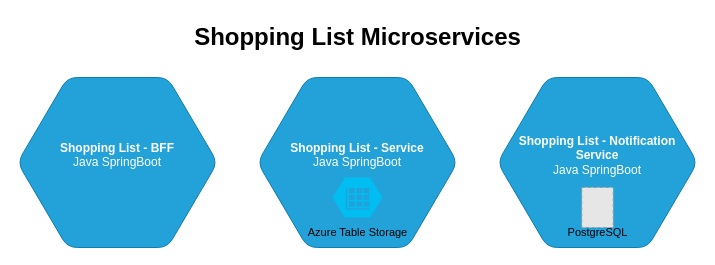
d-figuccia/draw-io keeps this draw.io diagram as graphs/shopping-list-service-details.drawio. Above is the earlier version. Source tidied: cells renumbered, new cells numbered last; positions are measured from the earlier drawing's top-left corner, leaving out a move shared by most shapes. Both pictures are drawn from the tidied source at 100%, with x=0, y=0 at pixel (17, 17). Pictures stored in the file or linked from it are replaced by grey dashed boxes.
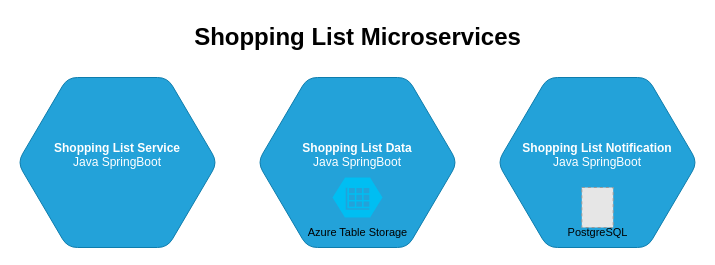
The same diagram, later.

The edit, as a diff of the source:
```diff
@@
 <mxGraphModel>
   <root>
     <mxCell id="0" />
     <mxCell id="1" parent="0" />
-    <object id="2" label="&lt;font style=&quot;font-size: 12px&quot;&gt;&lt;b&gt;%c4Name%&lt;/b&gt;&lt;/font&gt;&lt;div&gt;%c4Technology%&lt;/div&gt;&lt;br&gt;&lt;div&gt;&lt;font style=&quot;font-size: 8px&quot;&gt;&lt;font color=&quot;#E6E6E6&quot;&gt;%c4Description%&lt;/font&gt;&lt;/div&gt;" c4Description="" c4Name="Shopping List - BFF" c4Technology="Java SpringBoot" placeholders="1">
+    <object id="2" label="&lt;font style=&quot;font-size: 12px&quot;&gt;&lt;b&gt;%c4Name%&lt;/b&gt;&lt;/font&gt;&lt;div&gt;%c4Technology%&lt;/div&gt;&lt;br&gt;&lt;div&gt;&lt;font style=&quot;font-size: 8px&quot;&gt;&lt;font color=&quot;#E6E6E6&quot;&gt;%c4Description%&lt;/font&gt;&lt;/div&gt;" c4Description="" c4Name="Shopping List Service" c4Technology="Java SpringBoot" placeholders="1">
       <mxCell style="shape=hexagon;size=50;perimeter=hexagonPerimeter2;whiteSpace=wrap;html=1;fixedSize=1;rounded=1;labelBackgroundColor=none;fillColor=#23A2D9;fontSize=12;fontColor=#ffffff;align=center;strokeColor=#0E7DAD;" parent="1" vertex="1">
         <mxGeometry y="60" width="200" height="170" as="geometry" />
       </mxCell>
     </object>
-    <object id="3" label="&lt;font style=&quot;font-size: 12px&quot;&gt;&lt;b&gt;%c4Name%&lt;/b&gt;&lt;/font&gt;&lt;div&gt;%c4Technology%&lt;/div&gt;&lt;br&gt;&lt;div&gt;&lt;font style=&quot;font-size: 8px&quot;&gt;&lt;font color=&quot;#E6E6E6&quot;&gt;%c4Description%&lt;/font&gt;&lt;/div&gt;" c4Description="" c4Name="Shopping List - Service" c4Technology="Java SpringBoot" placeholders="1">
+    <object id="3" label="&lt;font style=&quot;font-size: 12px&quot;&gt;&lt;b&gt;%c4Name%&lt;/b&gt;&lt;/font&gt;&lt;div&gt;%c4Technology%&lt;/div&gt;&lt;br&gt;&lt;div&gt;&lt;font style=&quot;font-size: 8px&quot;&gt;&lt;font color=&quot;#E6E6E6&quot;&gt;%c4Description%&lt;/font&gt;&lt;/div&gt;" c4Description="" c4Name="Shopping List Data" c4Technology="Java SpringBoot" placeholders="1">
       <mxCell style="shape=hexagon;size=50;perimeter=hexagonPerimeter2;whiteSpace=wrap;html=1;fixedSize=1;rounded=1;labelBackgroundColor=none;fillColor=#23A2D9;fontSize=12;fontColor=#ffffff;align=center;strokeColor=#0E7DAD;" parent="1" vertex="1">
         <mxGeometry x="240" y="60" width="200" height="170" as="geometry" />
       </mxCell>
     </object>
     <mxCell id="4" style="verticalLabelPosition=bottom;html=1;verticalAlign=top;align=center;strokeColor=none;fillColor=#00BEF2;shape=mxgraph.azure.storage_table;" parent="1" vertex="1">
       <mxGeometry x="315" y="160" width="50" height="40" as="geometry" />
     </mxCell>
     <mxCell id="5" value="&lt;font style=&quot;font-size: 11px;&quot;&gt;Azure Table Storage&lt;/font&gt;" style="text;html=1;align=center;verticalAlign=middle;strokeColor=none;fillColor=none;" parent="1" vertex="1">
       <mxGeometry x="280" y="200" width="120" height="30" as="geometry" />
     </mxCell>
-    <object id="6" label="&lt;font style=&quot;font-size: 12px&quot;&gt;&lt;b&gt;%c4Name%&lt;/b&gt;&lt;/font&gt;&lt;div&gt;%c4Technology%&lt;/div&gt;&lt;br&gt;&lt;div&gt;&lt;font style=&quot;font-size: 8px&quot;&gt;&lt;font color=&quot;#E6E6E6&quot;&gt;%c4Description%&lt;/font&gt;&lt;/div&gt;" c4Description="" c4Name="Shopping List - Notification Service" c4Technology="Java SpringBoot" placeholders="1">
+    <object id="6" label="&lt;font style=&quot;font-size: 12px&quot;&gt;&lt;b&gt;%c4Name%&lt;/b&gt;&lt;/font&gt;&lt;div&gt;%c4Technology%&lt;/div&gt;&lt;br&gt;&lt;div&gt;&lt;font style=&quot;font-size: 8px&quot;&gt;&lt;font color=&quot;#E6E6E6&quot;&gt;%c4Description%&lt;/font&gt;&lt;/div&gt;" c4Description="" c4Name="Shopping List Notification" c4Technology="Java SpringBoot" placeholders="1">
       <mxCell style="shape=hexagon;size=50;perimeter=hexagonPerimeter2;whiteSpace=wrap;html=1;fixedSize=1;rounded=1;labelBackgroundColor=none;fillColor=#23A2D9;fontSize=12;fontColor=#ffffff;align=center;strokeColor=#0E7DAD;" parent="1" vertex="1">
         <mxGeometry x="480" y="60" width="200" height="170" as="geometry" />
       </mxCell>
     </object>
     <mxCell id="7" style="fillColor=#E6E6E6;strokeColor=#999999;dashed=1;verticalLabelPosition=bottom;labelBackgroundColor=#ffffff;verticalAlign=top;" parent="1" vertex="1">
       <mxGeometry x="564.3" y="170" width="31.4" height="40" as="geometry" />
     </mxCell>
     <mxCell id="8" value="&lt;span style=&quot;font-size: 11px;&quot;&gt;PostgreSQL&lt;/span&gt;" style="text;html=1;align=center;verticalAlign=middle;strokeColor=none;fillColor=none;" parent="1" vertex="1">
       <mxGeometry x="540" y="200" width="80" height="30" as="geometry" />
     </mxCell>
     <mxCell id="9" value="&lt;font style=&quot;font-size: 24px;&quot;&gt;&lt;b&gt;Shopping List Microservices&lt;/b&gt;&lt;/font&gt;" style="text;html=1;align=center;verticalAlign=middle;strokeColor=none;fillColor=none;" parent="1" vertex="1">
       <mxGeometry x="165" width="350" height="40" as="geometry" />
     </mxCell>
   </root>
 </mxGraphModel>
```
